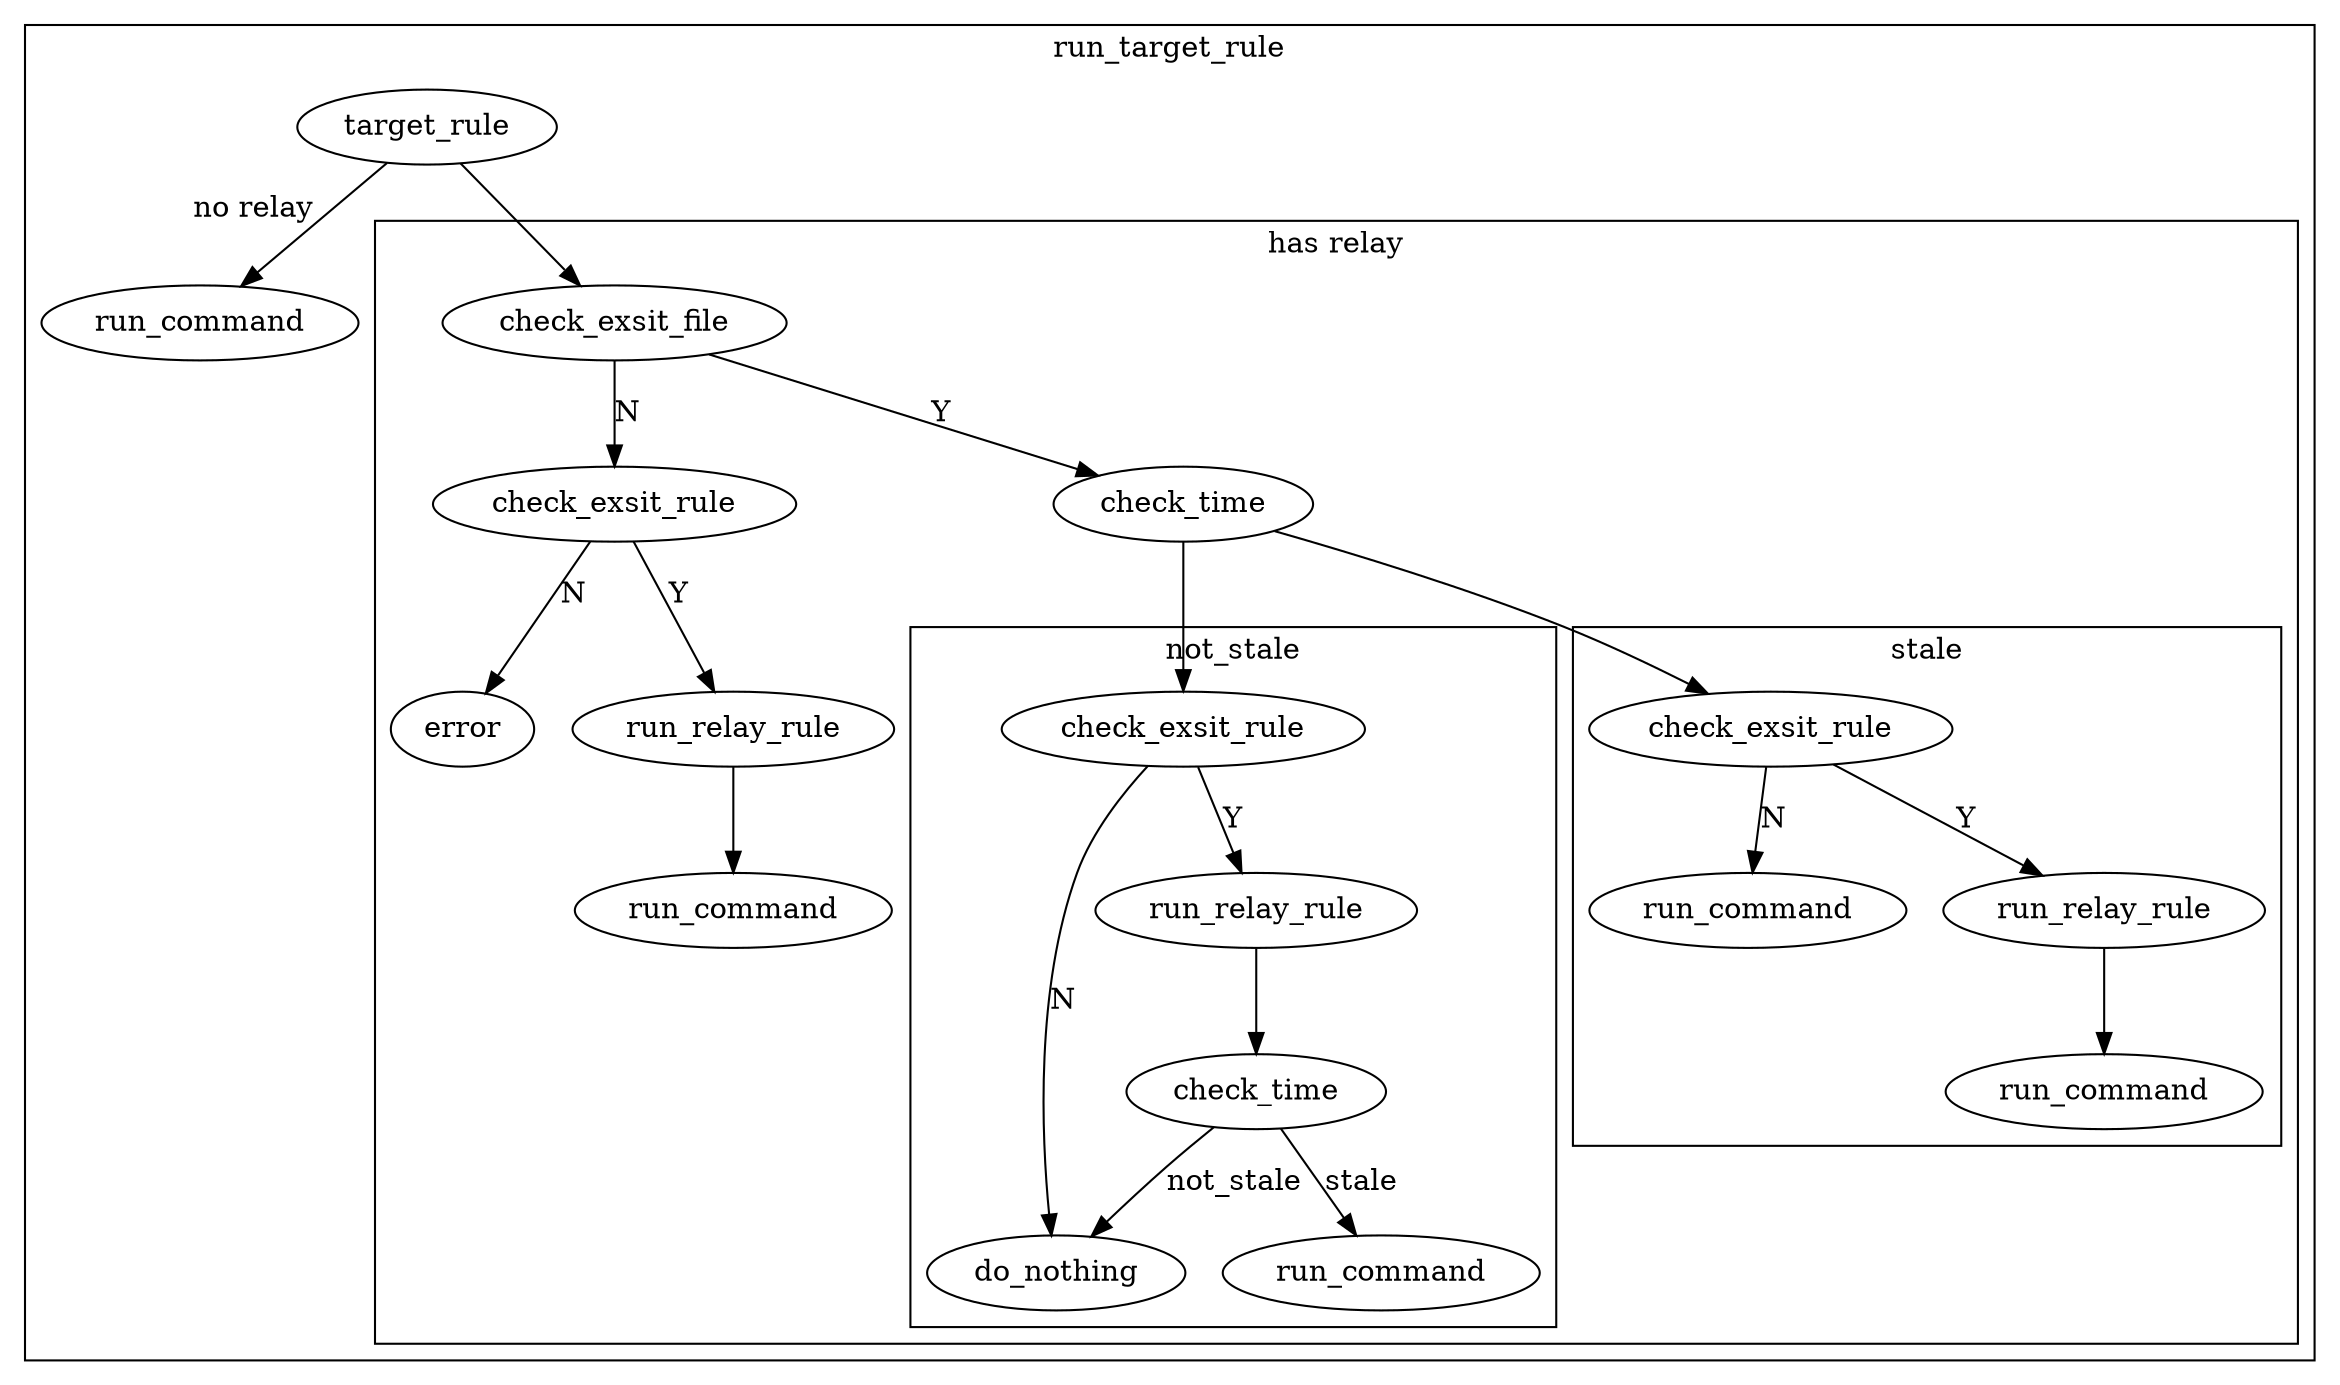
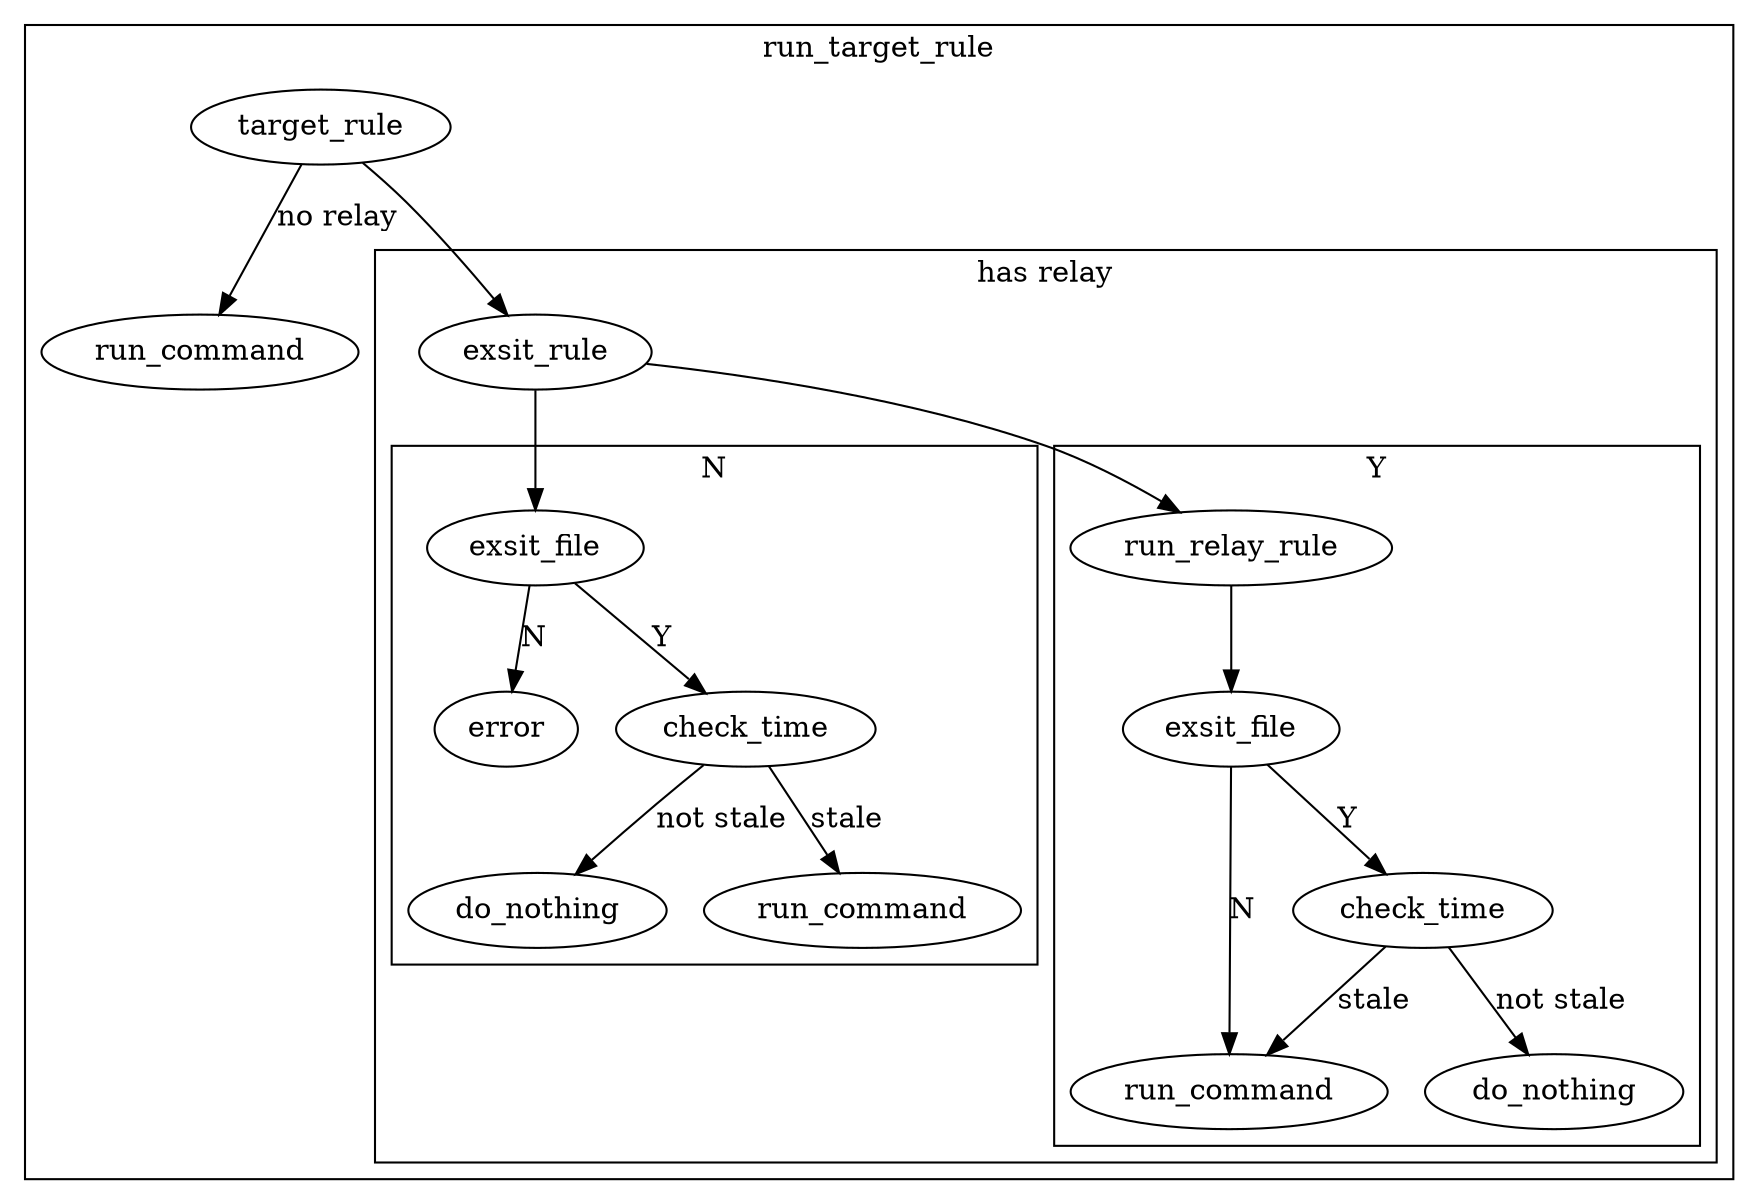
digraph G {
-     compound=true
    subgraph cluster_g {
	label="run_target_rule"
- 	"target_rule" -> "run_command" [xlabel="no relay"]
- 	"target_rule" -> "check_exsit_file"
+ 	"target_rule" -> "run_command" [label="no relay"]
+ 	"target_rule" -> "exsit_rule"
	subgraph cluster_a {
- 	    label="has relay"
- 	    "check_exsit_file" -> "check_exsit_rule" [label="N"]
- 	    "check_exsit_rule" -> "error" [label="N"]
- 	    "check_exsit_file" -> "check_time" [label="Y"]
- 	    "check_time" -> "a1"
+ 	    label= "has relay"
+ 	    "exsit_rule" -> "a1"
	    subgraph cluster_a1 {
- 		label="not_stale"
- 		"a1" [label="check_exsit_rule"]
- 		"a1" -> "do_nothing" [label="N"]
- 		"a1" -> "run_relay_rule" [label="Y"]
- 		"run_relay_rule" -> "a1_1"
- 		"a1_1" [label="check_time"]
- 		"a1_1" -> "do_nothing" [label="not_stale"]
- 		"a1_1" -> "a1_2" [label="stale"]
- 		"a1_2" [label="run_command"]
+ 		label="N"
+ 		"a1" [label="exsit_file"]
+ 		"a1" -> "error" [label=N]
+ 		"a1" -> "check_time" [label="Y"]
+ 		"check_time" -> "do_nothing" [label="not stale"]
+ 		"check_time" -> "a1_1" [label="stale"]
+ 		"a1_1" [label="run_command"]
	    }
- 	    "check_time" -> "a2"
+ 	    "exsit_rule" -> "a2"
	    subgraph cluster_a2 {
- 		label="stale"
- 		"a2" [label="check_exsit_rule"]
- 		"a2" -> "a2_1" [label="N"]
- 		"a2_1" [label="run_command"]
- 		"a2" -> "a2_2" [label="Y"]
- 		"a2_2" [label=run_relay_rule]
- 		"a2_2" -> "a2_3"
- 		"a2_3" [label="run_command"]
+ 		label="Y"
+ 		"a2" [label="run_relay_rule"]
+ 		"a2" -> "a2_1"
+ 		"a2_1" [label="exsit_file"]
+ 		"a2_1" -> "a2_2" [label="N"]
+ 		"a2_2" [label="run_command"]
+ 		"a2_1" -> "a2_3" [label="Y"]
+ 		"a2_3" [label="check_time"]
+ 		"a2_3" -> "a2_2" [label="stale"]
+ 		"a2_3" -> "a2_4" [label="not stale"]
+ 		"a2_4" [label="do_nothing"]
	    }
- 	    "check_exsit_rule" -> "a3" [label="Y"]
- 	    "a3" [label="run_relay_rule"]
- 	    "a3" -> "a4"
- 	    "a4" [label="run_command"]
	}
    }
}
